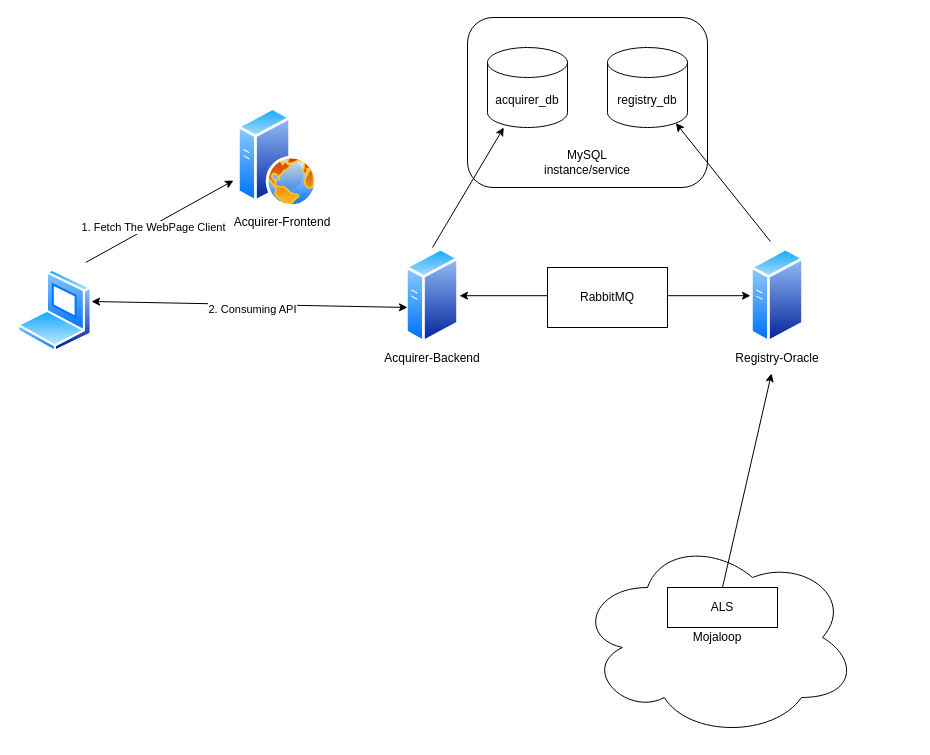
mojaloop/merchant-registry-svc keeps this draw.io diagram as docs/Services.drawio. Above is the earlier version. Source tidied: cells renumbered, new cells numbered last; positions are measured from the earlier drawing's top-left corner, leaving out a move shared by most shapes. Both pictures are drawn from the tidied source at 100%, with x=0, y=0 at pixel (17, 17).
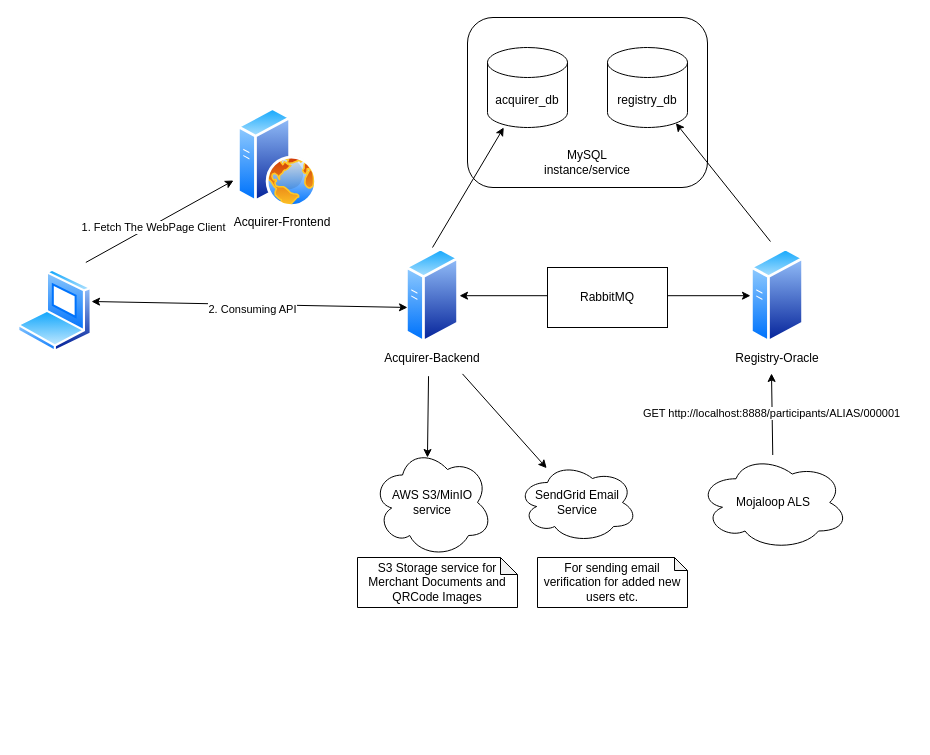
The same page after the edit.

The change refers to these unchanged cells:
```xml
<mxCell id="10" value="Acquirer-Backend" style="text;html=1;strokeColor=none;fillColor=none;align=center;verticalAlign=middle;whiteSpace=wrap;rounded=0;" parent="8" vertex="1">
  <mxGeometry y="86.4" width="120" height="30" as="geometry" />
</mxCell>
<mxCell id="13" value="Registry-Oracle" style="text;html=1;strokeColor=none;fillColor=none;align=center;verticalAlign=middle;whiteSpace=wrap;rounded=0;" parent="12" vertex="1">
  <mxGeometry y="96.4" width="120" height="30" as="geometry" />
</mxCell>
```

What changed in the source:
```diff
@@
     <mxCell id="19" style="group;" parent="1" vertex="1">
-      <mxGeometry x="560" y="520" width="280" height="200" as="geometry" />
+      <mxGeometry x="616" y="400" width="280" height="200" as="geometry" />
     </mxCell>
-    <mxCell id="20" value="Mojaloop" style="ellipse;shape=cloud;whiteSpace=wrap;html=1;" parent="19" vertex="1">
-      <mxGeometry width="280" height="200" as="geometry" />
+    <mxCell id="20" value="Mojaloop ALS" style="ellipse;shape=cloud;whiteSpace=wrap;html=1;" parent="19" vertex="1">
+      <mxGeometry x="65" y="37.5" width="150" height="95" as="geometry" />
     </mxCell>
-    <mxCell id="21" value="ALS" style="rounded=0;whiteSpace=wrap;html=1;" parent="19" vertex="1">
-      <mxGeometry x="90" y="50" width="110" height="40" as="geometry" />
-    </mxCell>
-    <mxCell id="22" style="endArrow=classic;html=1;rounded=0;exitX=0.5;exitY=0;exitDx=0;exitDy=0;entryX=0.45;entryY=0.986;entryDx=0;entryDy=0;entryPerimeter=0;" parent="1" edge="1" source="21" target="13">
+    <mxCell id="22" style="endArrow=classic;html=1;rounded=0;entryX=0.45;entryY=0.986;entryDx=0;entryDy=0;entryPerimeter=0;" parent="1" edge="1" source="20" target="13">
       <mxGeometry relative="1" as="geometry" />
     </mxCell>
+    <mxCell id="30" value="GET http://localhost:8888/participants/ALIAS/000001" style="edgeLabel;html=1;align=center;verticalAlign=middle;" parent="22" vertex="1">
+      <mxGeometry x="0.02" y="1" relative="1" as="geometry" />
+    </mxCell>
@@
+    <mxCell id="31" value="AWS S3/MinIO service" style="ellipse;shape=cloud;whiteSpace=wrap;html=1;" parent="1" vertex="1">
+      <mxGeometry x="355" y="430" width="120" height="110" as="geometry" />
+    </mxCell>
+    <mxCell id="32" style="endArrow=classic;html=1;rounded=0;exitX=0.467;exitY=1.076;exitDx=0;exitDy=0;exitPerimeter=0;entryX=0.458;entryY=0.091;entryDx=0;entryDy=0;entryPerimeter=0;" parent="1" edge="1" source="10" target="31">
+      <mxGeometry relative="1" as="geometry" />
+    </mxCell>
+    <mxCell id="33" value="S3 Storage service for Merchant Documents and QRCode Images" style="shape=note;whiteSpace=wrap;html=1;backgroundOutline=1;darkOpacity=0.05;size=17;" parent="1" vertex="1">
+      <mxGeometry x="340" y="540" width="160" height="50" as="geometry" />
+    </mxCell>
+    <mxCell id="34" value="SendGrid Email Service" style="ellipse;shape=cloud;whiteSpace=wrap;html=1;" parent="1" vertex="1">
+      <mxGeometry x="500" y="445" width="120" height="80" as="geometry" />
+    </mxCell>
+    <mxCell id="35" style="endArrow=classic;html=1;rounded=0;exitX=0.75;exitY=1;exitDx=0;exitDy=0;" parent="1" edge="1" source="10" target="34">
+      <mxGeometry relative="1" as="geometry" />
+    </mxCell>
+    <mxCell id="36" value="For sending email verification for added new users etc." style="shape=note;whiteSpace=wrap;html=1;backgroundOutline=1;darkOpacity=0.05;size=13;" parent="1" vertex="1">
+      <mxGeometry x="520" y="540" width="150" height="50" as="geometry" />
+    </mxCell>
```
